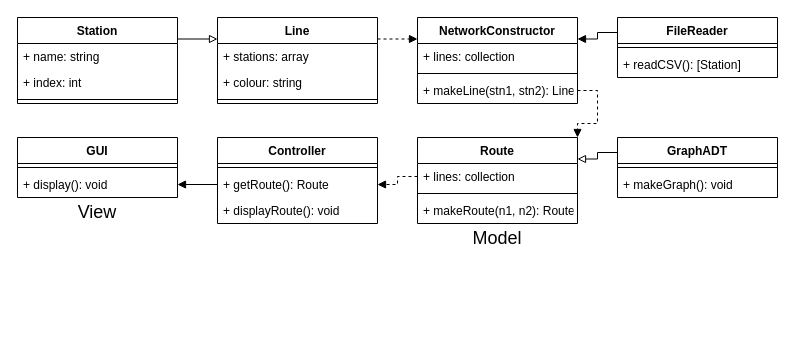
Before: BostonMetro.drawio in samwod1/BostonMetroProject, a draw.io diagram. Source tidied: cells renumbered, new cells numbered last; positions are measured from the earlier drawing's top-left corner, leaving out a move shared by most shapes. Both pictures are drawn from the tidied source at 100%, with x=0, y=0 at pixel (17, 17).
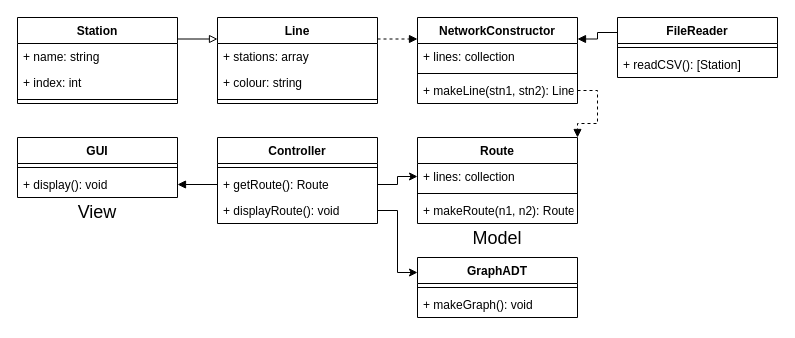
Above is the later version.

Unchanged cells that the change refers to:
```xml
<mxCell id="23" value="Route" style="swimlane;fontStyle=1;align=center;verticalAlign=top;horizontal=1;startSize=26;" parent="1" vertex="1">
  <mxGeometry x="400" y="120" width="160" height="86" as="geometry" />
</mxCell>
<mxCell id="24" value="+ lines: collection" style="text;strokeColor=none;fillColor=none;align=left;verticalAlign=top;spacingLeft=4;spacingRight=4;overflow=hidden;points=[[0,0.5],[1,0.5]];portConstraint=eastwest;" parent="23" vertex="1">
  <mxGeometry y="26" width="160" height="26" as="geometry" />
</mxCell>
<mxCell id="29" value="+ getRoute(): Route" style="text;strokeColor=none;fillColor=none;align=left;verticalAlign=top;spacingLeft=4;spacingRight=4;overflow=hidden;points=[[0,0.5],[1,0.5]];portConstraint=eastwest;" parent="27" vertex="1">
  <mxGeometry y="34" width="160" height="26" as="geometry" />
</mxCell>
<mxCell id="30" value="+ displayRoute(): void" style="text;strokeColor=none;fillColor=none;align=left;verticalAlign=top;spacingLeft=4;spacingRight=4;overflow=hidden;points=[[0,0.5],[1,0.5]];portConstraint=eastwest;" parent="27" vertex="1">
  <mxGeometry y="60" width="160" height="26" as="geometry" />
</mxCell>
```

Change to the diagram source:
```diff
@@
-    <mxCell id="19" style="edgeStyle=orthogonalEdgeStyle;rounded=0;jettySize=auto;html=1;exitX=0;exitY=0.25;exitDx=0;exitDy=0;entryX=1;entryY=0.25;entryDx=0;entryDy=0;endArrow=block;endFill=0;strokeColor=#000000;" parent="1" edge="1" source="20" target="23">
-      <mxGeometry relative="1" as="geometry" />
-    </mxCell>
     <mxCell id="20" value="GraphADT" style="swimlane;fontStyle=1;align=center;verticalAlign=top;horizontal=1;startSize=26;" parent="1" vertex="1">
-      <mxGeometry x="600" y="120" width="160" height="60" as="geometry" />
+      <mxGeometry x="400" y="240" width="160" height="60" as="geometry" />
     </mxCell>
@@
-    <mxCell id="39" style="edgeStyle=orthogonalEdgeStyle;rounded=0;jettySize=auto;html=1;exitX=0;exitY=0.5;exitDx=0;exitDy=0;entryX=1;entryY=0.5;entryDx=0;entryDy=0;endArrow=block;endFill=1;strokeColor=#000000;dashed=1;" parent="1" edge="1" source="24" target="29">
-      <mxGeometry relative="1" as="geometry" />
-    </mxCell>
@@
+    <mxCell id="41" style="edgeStyle=orthogonalEdgeStyle;rounded=0;jettySize=auto;html=1;exitX=1;exitY=0.5;exitDx=0;exitDy=0;entryX=0;entryY=0.25;entryDx=0;entryDy=0;" parent="1" edge="1" source="30" target="20">
+      <mxGeometry relative="1" as="geometry" />
+    </mxCell>
+    <mxCell id="42" style="edgeStyle=orthogonalEdgeStyle;rounded=0;jettySize=auto;html=1;exitX=1;exitY=0.5;exitDx=0;exitDy=0;entryX=0;entryY=0.5;entryDx=0;entryDy=0;" parent="1" edge="1" source="29" target="24">
+      <mxGeometry relative="1" as="geometry" />
+    </mxCell>
```
